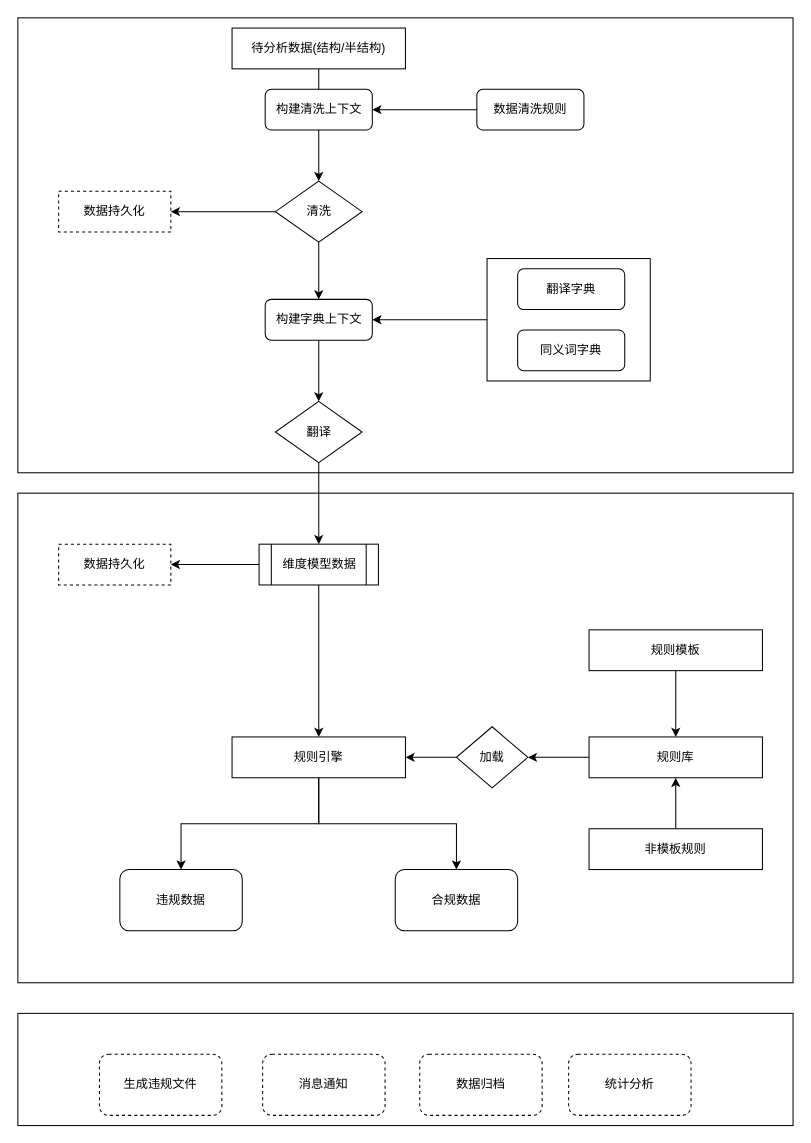
The draw.io diagram 规则设计.drawio in liz2m/draw.images, before the edit. Source tidied: cells renumbered, new cells numbered last; positions are measured from the earlier drawing's top-left corner, leaving out a move shared by most shapes. Both pictures are drawn from the tidied source at 102%, with x=0, y=0 at pixel (17, 17).
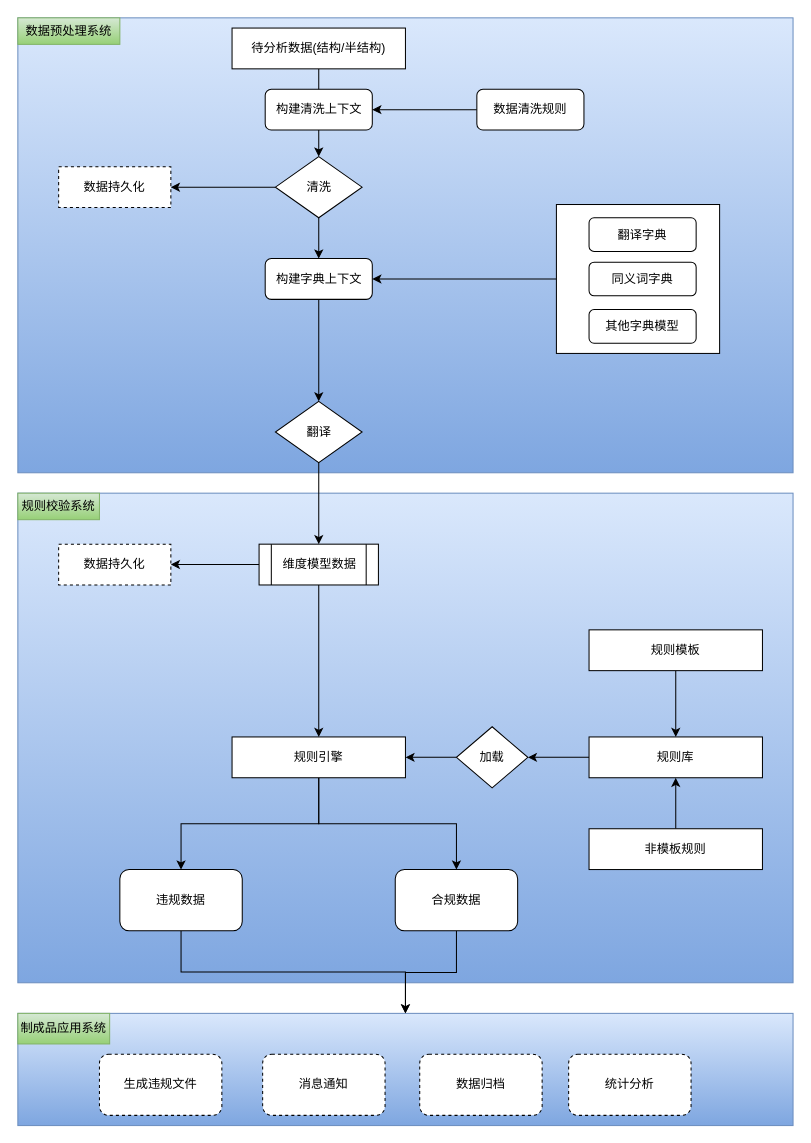
The same diagram, later.

Commit message (it also covers changes not shown here):
更新规则设计.drawio

The change refers to these unchanged cells:
```xml
<mxCell id="32" value="违规数据" style="rounded=1;whiteSpace=wrap;html=1;" parent="1" vertex="1">
  <mxGeometry x="100" y="835" width="120" height="60" as="geometry" />
</mxCell>
<mxCell id="33" value="合规数据" style="rounded=1;whiteSpace=wrap;html=1;" parent="1" vertex="1">
  <mxGeometry x="370" y="835" width="120" height="60" as="geometry" />
</mxCell>
```

The edit, as a diff of the source:
```diff
@@
-    <mxCell id="2" style="rounded=0;whiteSpace=wrap;html=1;" parent="1" vertex="1">
+    <mxCell id="2" style="rounded=0;whiteSpace=wrap;html=1;fillColor=#dae8fc;gradientColor=#7ea6e0;strokeColor=#6c8ebf;" parent="1" vertex="1">
       <mxGeometry y="976" width="760" height="110" as="geometry" />
     </mxCell>
-    <mxCell id="3" style="rounded=0;whiteSpace=wrap;html=1;" parent="1" vertex="1">
+    <mxCell id="3" style="rounded=0;whiteSpace=wrap;html=1;fillColor=#dae8fc;gradientColor=#7ea6e0;strokeColor=#6c8ebf;" parent="1" vertex="1">
       <mxGeometry y="466" width="760" height="480" as="geometry" />
     </mxCell>
-    <mxCell id="4" style="rounded=0;whiteSpace=wrap;html=1;" parent="1" vertex="1">
+    <mxCell id="4" style="rounded=0;whiteSpace=wrap;html=1;fillColor=#dae8fc;gradientColor=#7ea6e0;strokeColor=#6c8ebf;" parent="1" vertex="1">
       <mxGeometry width="760" height="446" as="geometry" />
     </mxCell>
@@
     <mxCell id="6" style="rounded=0;whiteSpace=wrap;html=1;" parent="1" vertex="1">
-      <mxGeometry x="460" y="236" width="160" height="120" as="geometry" />
+      <mxGeometry x="528" y="183" width="160" height="146" as="geometry" />
     </mxCell>
@@
     <mxCell id="14" value="清洗" style="rhombus;whiteSpace=wrap;html=1;" parent="1" vertex="1">
-      <mxGeometry x="252.5" y="160" width="85" height="60" as="geometry" />
+      <mxGeometry x="252.5" y="136" width="85" height="60" as="geometry" />
     </mxCell>
     <mxCell id="15" value="数据持久化" style="rounded=0;whiteSpace=wrap;html=1;dashed=1;" parent="1" vertex="1">
-      <mxGeometry x="40" y="170" width="110" height="40" as="geometry" />
+      <mxGeometry x="40" y="146" width="110" height="40" as="geometry" />
     </mxCell>
@@
     <mxCell id="28" value="构建字典上下文" style="rounded=1;whiteSpace=wrap;html=1;" parent="1" vertex="1">
-      <mxGeometry x="242.5" y="276" width="105" height="40" as="geometry" />
+      <mxGeometry x="242.5" y="236" width="105" height="40" as="geometry" />
     </mxCell>
@@
+    <mxCell id="43" style="edgeStyle=orthogonalEdgeStyle;rounded=0;jettySize=auto;html=1;" parent="1" edge="1" source="32" target="2">
+      <mxGeometry relative="1" as="geometry" />
+    </mxCell>
@@
+    <mxCell id="44" style="edgeStyle=orthogonalEdgeStyle;rounded=0;jettySize=auto;html=1;" parent="1" edge="1" source="33" target="2">
+      <mxGeometry relative="1" as="geometry">
+        <Array as="points">
+          <mxPoint x="430" y="936" />
+          <mxPoint x="380" y="936" />
+        </Array>
+      </mxGeometry>
+    </mxCell>
@@
     <mxCell id="38" value="翻译字典" style="rounded=1;whiteSpace=wrap;html=1;" parent="1" vertex="1">
-      <mxGeometry x="490" y="246" width="105" height="40" as="geometry" />
+      <mxGeometry x="560" y="196" width="105" height="33" as="geometry" />
     </mxCell>
     <mxCell id="39" value="同义词字典" style="rounded=1;whiteSpace=wrap;html=1;" parent="1" vertex="1">
-      <mxGeometry x="490" y="306" width="105" height="40" as="geometry" />
+      <mxGeometry x="560" y="239.5" width="105" height="33" as="geometry" />
     </mxCell>
@@
+    <mxCell id="45" value="数据预处理系统" style="text;html=1;strokeColor=#82b366;fillColor=#d5e8d4;align=center;verticalAlign=middle;whiteSpace=wrap;rounded=0;gradientColor=#97d077;" parent="1" vertex="1">
+      <mxGeometry width="100" height="26" as="geometry" />
+    </mxCell>
+    <mxCell id="46" value="规则校验系统" style="text;html=1;strokeColor=#82b366;fillColor=#d5e8d4;align=center;verticalAlign=middle;whiteSpace=wrap;rounded=0;gradientColor=#97d077;" parent="1" vertex="1">
+      <mxGeometry y="466" width="80" height="26" as="geometry" />
+    </mxCell>
+    <mxCell id="47" value="制成品应用系统" style="text;html=1;strokeColor=#82b366;fillColor=#d5e8d4;align=center;verticalAlign=middle;whiteSpace=wrap;rounded=0;gradientColor=#97d077;" parent="1" vertex="1">
+      <mxGeometry y="976" width="90" height="30" as="geometry" />
+    </mxCell>
+    <mxCell id="48" value="其他字典模型" style="rounded=1;whiteSpace=wrap;html=1;" parent="1" vertex="1">
+      <mxGeometry x="560" y="286" width="105" height="33" as="geometry" />
+    </mxCell>
```
